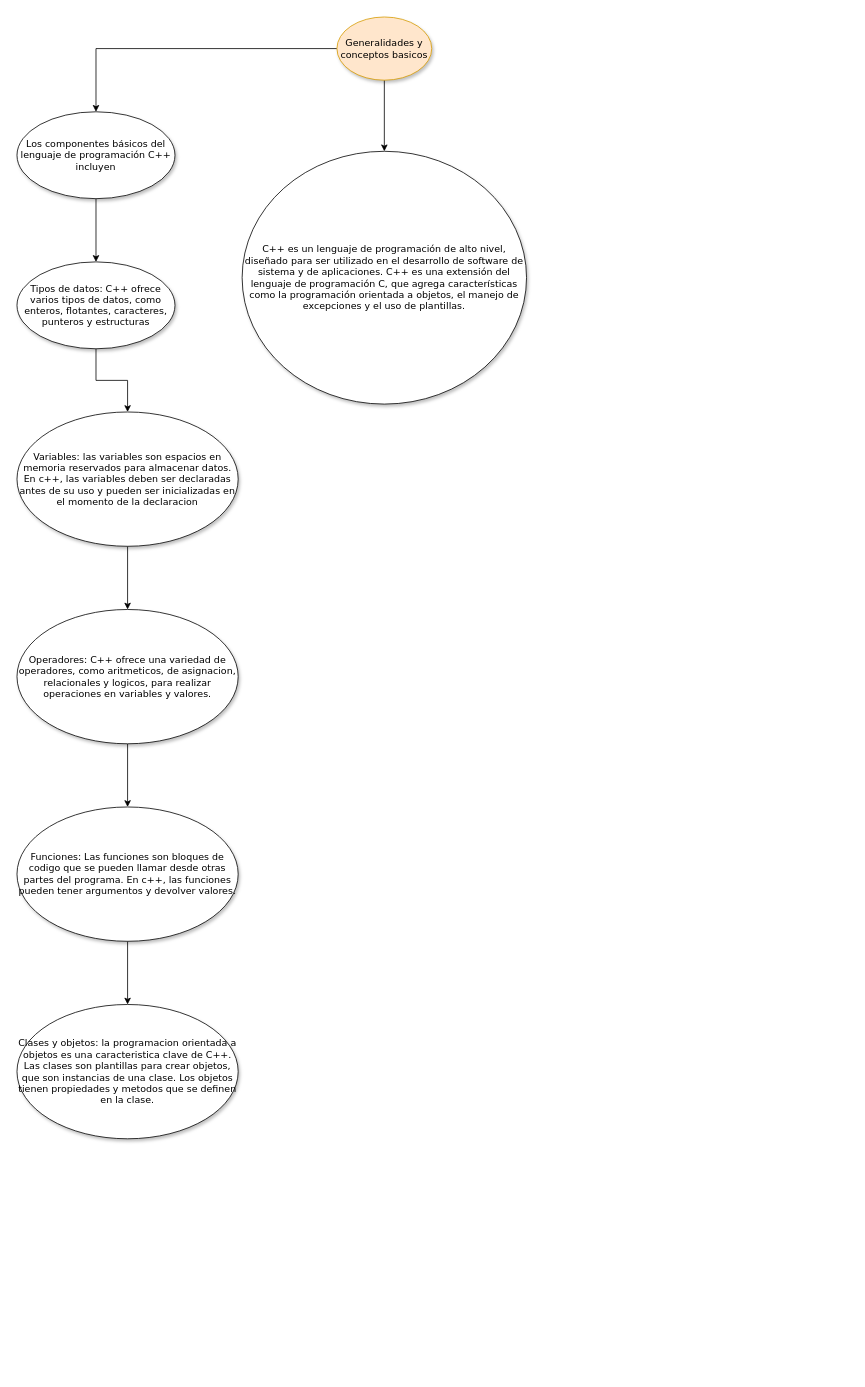
Before: Diagrama sin título.drawio in Josscoder/cpp, a draw.io diagram. Source tidied: cells renumbered, new cells numbered last; positions are measured from the earlier drawing's top-left corner, leaving out a move shared by most shapes. Both pictures are drawn from the tidied source at 79%, with x=0, y=0 at pixel (17, 17).
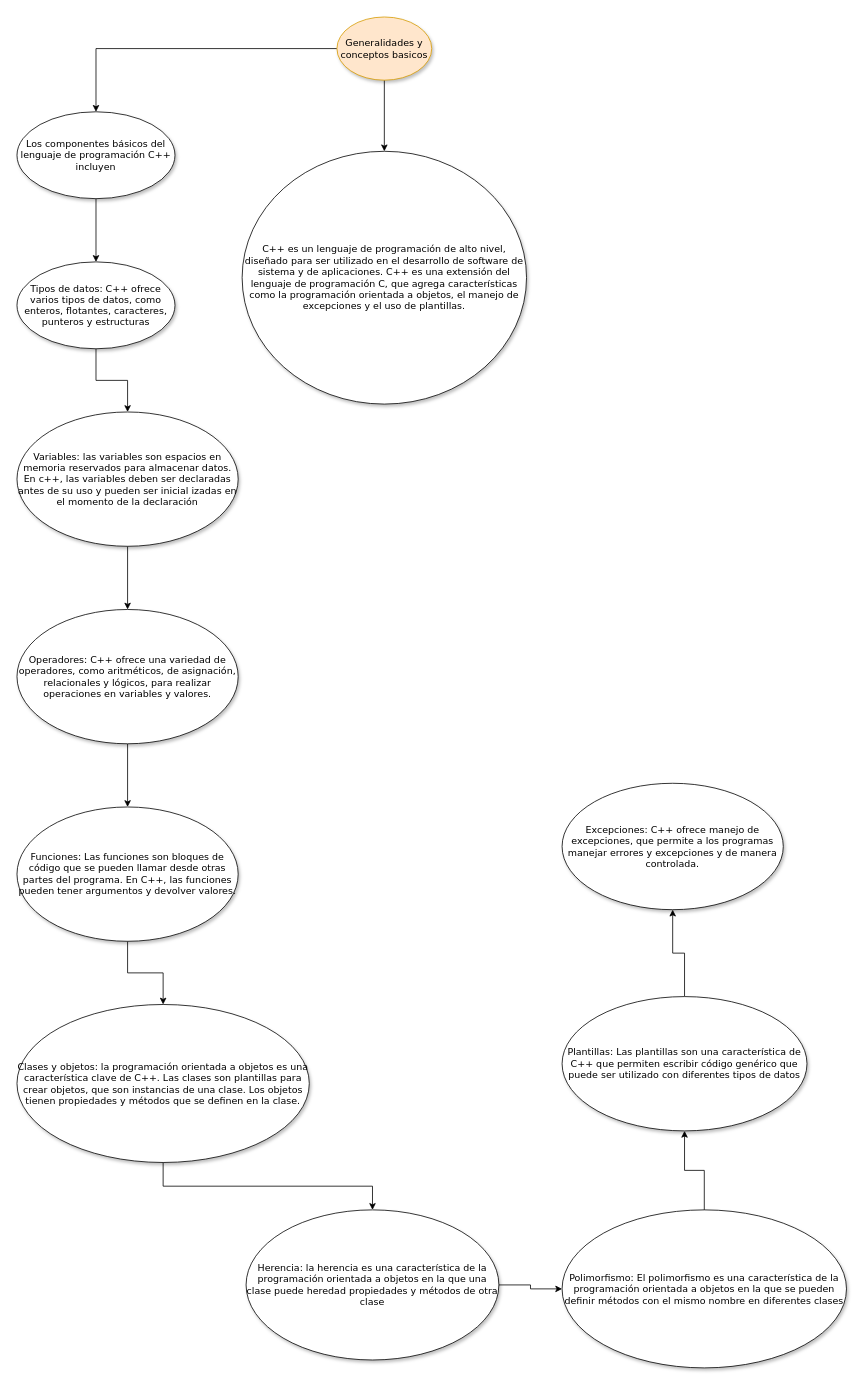
The same page after the edit.

Change to the diagram source:
```diff
@@
-    <mxCell id="11" value="Variables: las variables son espacios en memoria reservados para almacenar datos. En c++, las variables deben ser declaradas antes de su uso y pueden ser inicializadas en el momento de la declaracion" style="ellipse;whiteSpace=wrap;html=1;rounded=0;shadow=1;comic=0;labelBackgroundColor=none;strokeWidth=1;fontFamily=Verdana;fontSize=12;align=center;" parent="1" vertex="1">
+    <mxCell id="11" value="Variables: las variables son espacios en memoria reservados para almacenar datos. En c++, las variables deben ser declaradas antes de su uso y pueden ser inicial izadas en el momento de la declaración" style="ellipse;whiteSpace=wrap;html=1;rounded=0;shadow=1;comic=0;labelBackgroundColor=none;strokeWidth=1;fontFamily=Verdana;fontSize=12;align=center;" parent="1" vertex="1">
       <mxGeometry y="500" width="280" height="170" as="geometry" />
     </mxCell>
@@
-    <mxCell id="13" value="Operadores: C++ ofrece una variedad de operadores, como aritmeticos, de asignacion, relacionales y logicos, para realizar operaciones en variables y valores." style="ellipse;whiteSpace=wrap;html=1;rounded=0;shadow=1;comic=0;labelBackgroundColor=none;strokeWidth=1;fontFamily=Verdana;fontSize=12;align=center;" parent="1" vertex="1">
+    <mxCell id="13" value="Operadores: C++ ofrece una variedad de operadores, como aritméticos, de asignación, relacionales y lógicos, para realizar operaciones en variables y valores." style="ellipse;whiteSpace=wrap;html=1;rounded=0;shadow=1;comic=0;labelBackgroundColor=none;strokeWidth=1;fontFamily=Verdana;fontSize=12;align=center;" parent="1" vertex="1">
       <mxGeometry y="750" width="280" height="170" as="geometry" />
     </mxCell>
@@
-    <mxCell id="15" value="Funciones: Las funciones son bloques de codigo que se pueden llamar desde otras partes del programa. En c++, las funciones pueden tener argumentos y devolver valores." style="ellipse;whiteSpace=wrap;html=1;rounded=0;shadow=1;comic=0;labelBackgroundColor=none;strokeWidth=1;fontFamily=Verdana;fontSize=12;align=center;" parent="1" vertex="1">
+    <mxCell id="15" value="Funciones: Las funciones son bloques de código que se pueden llamar desde otras partes del programa. En C++, las funciones pueden tener argumentos y devolver valores." style="ellipse;whiteSpace=wrap;html=1;rounded=0;shadow=1;comic=0;labelBackgroundColor=none;strokeWidth=1;fontFamily=Verdana;fontSize=12;align=center;" parent="1" vertex="1">
       <mxGeometry y="1000" width="280" height="170" as="geometry" />
     </mxCell>
+    <mxCell id="17" style="edgeStyle=orthogonalEdgeStyle;rounded=0;jettySize=auto;html=1;" parent="1" edge="1" source="16" target="19">
+      <mxGeometry relative="1" as="geometry" />
+    </mxCell>
-    <mxCell id="16" value="Clases y objetos: la programacion orientada a objetos es una caracteristica clave de C++. Las clases son plantillas para crear objetos, que son instancias de una clase. Los objetos tienen propiedades y metodos que se definen en la clase." style="ellipse;whiteSpace=wrap;html=1;rounded=0;shadow=1;comic=0;labelBackgroundColor=none;strokeWidth=1;fontFamily=Verdana;fontSize=12;align=center;" parent="1" vertex="1">
-      <mxGeometry y="1250" width="280" height="170" as="geometry" />
+    <mxCell id="16" value="Clases y objetos: la programación orientada a objetos es una característica clave de C++. Las clases son plantillas para crear objetos, que son instancias de una clase. Los objetos tienen propiedades y métodos que se definen en la clase." style="ellipse;whiteSpace=wrap;html=1;rounded=0;shadow=1;comic=0;labelBackgroundColor=none;strokeWidth=1;fontFamily=Verdana;fontSize=12;align=center;" parent="1" vertex="1">
+      <mxGeometry y="1250" width="370" height="200" as="geometry" />
     </mxCell>
+    <mxCell id="18" style="edgeStyle=orthogonalEdgeStyle;rounded=0;jettySize=auto;html=1;" parent="1" edge="1" source="19" target="21">
+      <mxGeometry relative="1" as="geometry" />
+    </mxCell>
+    <mxCell id="19" value="Herencia: la herencia es una característica de la programación orientada a objetos en la que una clase puede heredad propiedades y métodos de otra clase" style="ellipse;whiteSpace=wrap;html=1;rounded=0;shadow=1;comic=0;labelBackgroundColor=none;strokeWidth=1;fontFamily=Verdana;fontSize=12;align=center;" parent="1" vertex="1">
+      <mxGeometry x="290" y="1510" width="320" height="190" as="geometry" />
+    </mxCell>
+    <mxCell id="20" style="edgeStyle=orthogonalEdgeStyle;rounded=0;jettySize=auto;html=1;" parent="1" edge="1" source="21" target="23">
+      <mxGeometry relative="1" as="geometry" />
+    </mxCell>
+    <mxCell id="21" value="Polimorfismo: El polimorfismo es una característica de la programación orientada a objetos en la que se pueden definir métodos con el mismo nombre en diferentes clases" style="ellipse;whiteSpace=wrap;html=1;rounded=0;shadow=1;comic=0;labelBackgroundColor=none;strokeWidth=1;fontFamily=Verdana;fontSize=12;align=center;" parent="1" vertex="1">
+      <mxGeometry x="690" y="1510" width="360" height="200" as="geometry" />
+    </mxCell>
+    <mxCell id="22" style="edgeStyle=orthogonalEdgeStyle;rounded=0;jettySize=auto;html=1;" parent="1" edge="1" source="23" target="24">
+      <mxGeometry relative="1" as="geometry" />
+    </mxCell>
+    <mxCell id="23" value="Plantillas: Las plantillas son una característica de C++ que permiten escribir código genérico que puede ser utilizado con diferentes tipos de datos" style="ellipse;whiteSpace=wrap;html=1;rounded=0;shadow=1;comic=0;labelBackgroundColor=none;strokeWidth=1;fontFamily=Verdana;fontSize=12;align=center;" parent="1" vertex="1">
+      <mxGeometry x="690" y="1240" width="310" height="170" as="geometry" />
+    </mxCell>
+    <mxCell id="24" value="Excepciones: C++ ofrece manejo de excepciones, que permite a los programas manejar errores y excepciones y de manera controlada." style="ellipse;whiteSpace=wrap;html=1;rounded=0;shadow=1;comic=0;labelBackgroundColor=none;strokeWidth=1;fontFamily=Verdana;fontSize=12;align=center;" parent="1" vertex="1">
+      <mxGeometry x="690" y="970" width="280" height="160" as="geometry" />
+    </mxCell>
```
